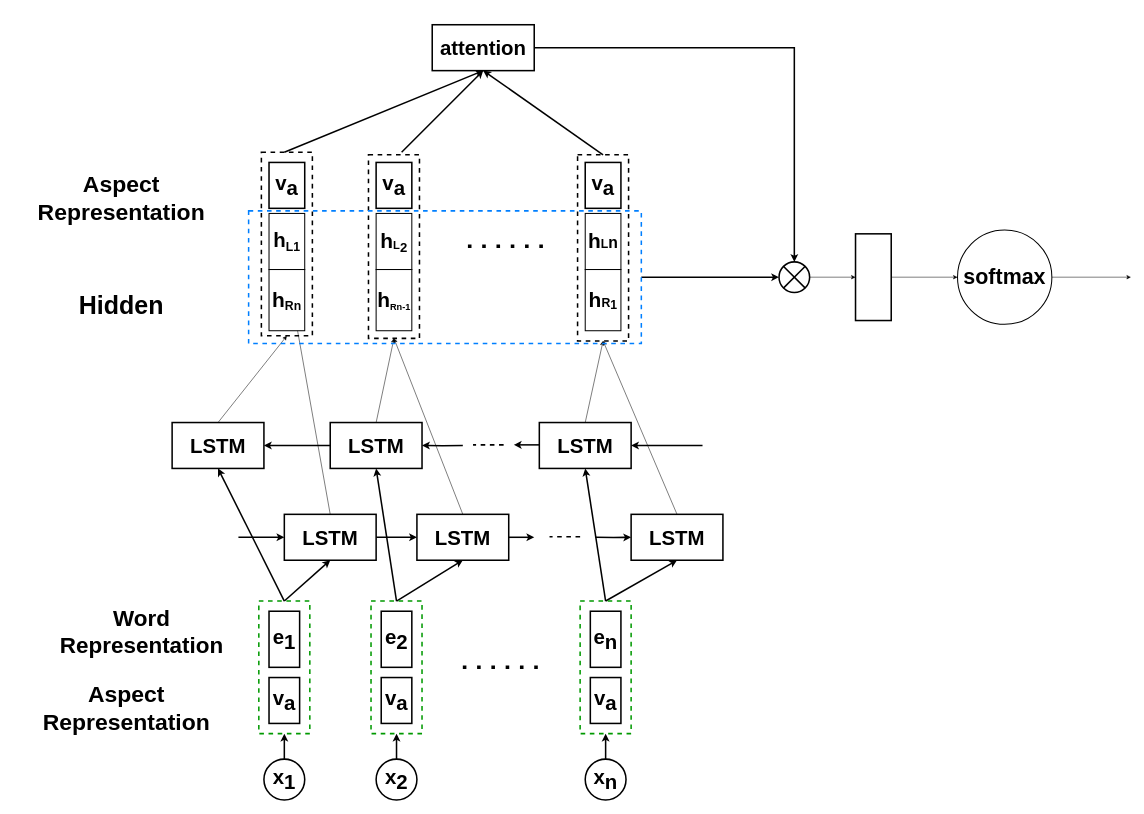
This is Untitled Diagram.drawio from LittleArden/PyTorch, a draw.io file, before an edit. Source tidied: cells renumbered, new cells numbered last; positions are measured from the earlier drawing's top-left corner, leaving out a move shared by most shapes. Both pictures are drawn from the tidied source at 51%, with x=0, y=0 at pixel (34, 24).
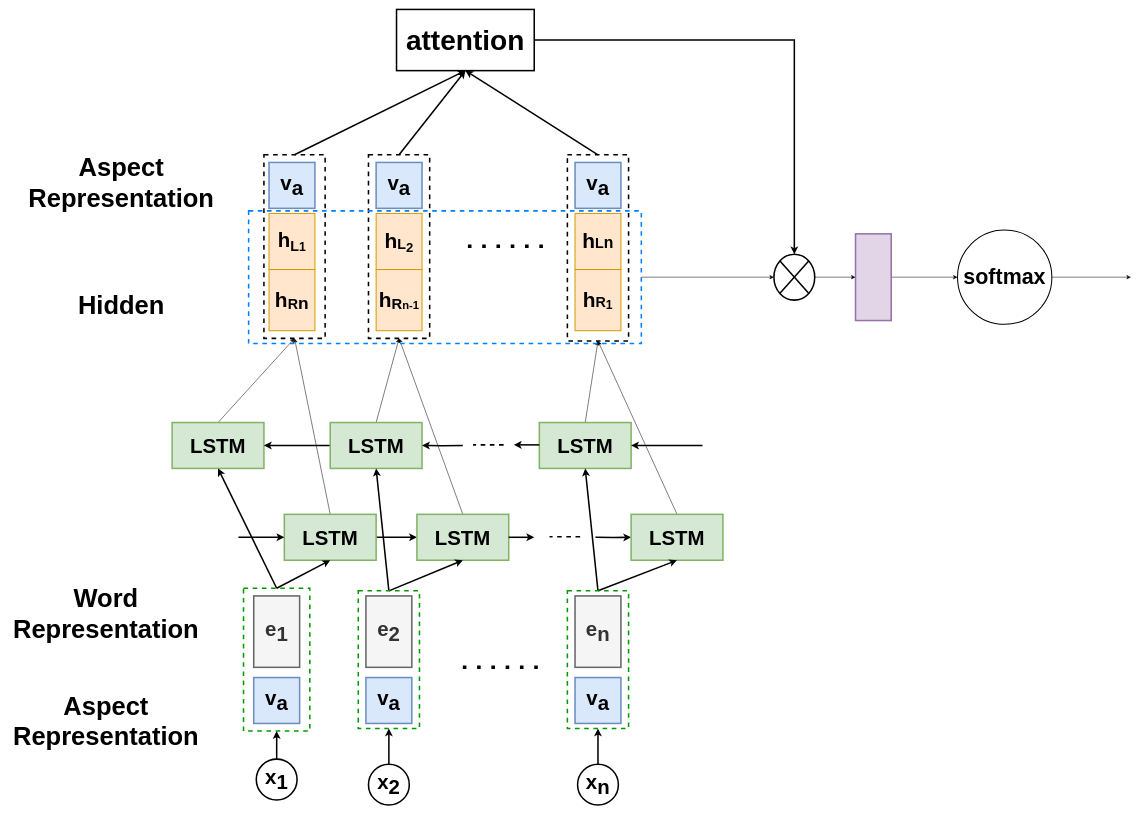
The same page after the edit.

The change refers to these unchanged cells:
```xml
<mxCell id="73" style="rounded=0;whiteSpace=wrap;html=1;dashed=1;fontSize=40;strokeWidth=3;fillColor=none;strokeColor=#007FFF;" parent="1" vertex="1">
  <mxGeometry x="420" y="365" width="770" height="260" as="geometry" />
</mxCell>
```

What changed in the source:
```diff
@@
     <mxCell id="3" value="x&lt;sub style=&quot;font-size: 40px;&quot;&gt;1&lt;/sub&gt;" style="ellipse;whiteSpace=wrap;html=1;fontSize=40;fontStyle=1;strokeWidth=3;" parent="1" vertex="1">
-      <mxGeometry x="450" y="1440" width="80" height="80" as="geometry" />
+      <mxGeometry x="435" y="1440" width="80" height="80" as="geometry" />
     </mxCell>
@@
     <mxCell id="5" value="x&lt;span style=&quot;font-size: 40px;&quot;&gt;&lt;sub style=&quot;font-size: 40px;&quot;&gt;2&lt;/sub&gt;&lt;/span&gt;" style="ellipse;whiteSpace=wrap;html=1;fontSize=40;fontStyle=1;strokeWidth=3;" parent="1" vertex="1">
-      <mxGeometry x="670" y="1440" width="80" height="80" as="geometry" />
+      <mxGeometry x="655" y="1450" width="80" height="80" as="geometry" />
     </mxCell>
@@
     <mxCell id="7" value="x&lt;span style=&quot;font-size: 40px;&quot;&gt;&lt;sub style=&quot;font-size: 40px;&quot;&gt;n&lt;/sub&gt;&lt;/span&gt;" style="ellipse;whiteSpace=wrap;html=1;fontSize=40;fontStyle=1;strokeWidth=3;" parent="1" vertex="1">
-      <mxGeometry x="1080" y="1440" width="80" height="80" as="geometry" />
+      <mxGeometry x="1065" y="1450" width="80" height="80" as="geometry" />
     </mxCell>
-    <mxCell id="8" value="v&lt;sub style=&quot;font-size: 40px;&quot;&gt;a&lt;/sub&gt;" style="rounded=0;whiteSpace=wrap;html=1;fontSize=40;rotation=0;fontStyle=1;strokeWidth=3;" parent="1" vertex="1">
-      <mxGeometry x="460" y="1280" width="60" height="90" as="geometry" />
+    <mxCell id="8" value="v&lt;sub style=&quot;font-size: 40px;&quot;&gt;a&lt;/sub&gt;" style="rounded=0;whiteSpace=wrap;html=1;fontSize=40;rotation=0;fontStyle=1;strokeWidth=3;fillColor=#dae8fc;strokeColor=#6c8ebf;" parent="1" vertex="1">
+      <mxGeometry x="430" y="1280" width="90" height="90" as="geometry" />
     </mxCell>
-    <mxCell id="9" value="v&lt;sub style=&quot;font-size: 40px;&quot;&gt;a&lt;/sub&gt;" style="rounded=0;whiteSpace=wrap;html=1;fontSize=40;rotation=0;fontStyle=1;strokeWidth=3;" parent="1" vertex="1">
-      <mxGeometry x="1090" y="1280" width="60" height="90" as="geometry" />
+    <mxCell id="9" value="v&lt;sub style=&quot;font-size: 40px;&quot;&gt;a&lt;/sub&gt;" style="rounded=0;whiteSpace=wrap;html=1;fontSize=40;rotation=0;fontStyle=1;strokeWidth=3;fillColor=#dae8fc;strokeColor=#6c8ebf;" parent="1" vertex="1">
+      <mxGeometry x="1060" y="1280" width="90" height="90" as="geometry" />
     </mxCell>
-    <mxCell id="10" value="v&lt;sub style=&quot;font-size: 40px;&quot;&gt;a&lt;/sub&gt;" style="rounded=0;whiteSpace=wrap;html=1;fontSize=40;rotation=0;fontStyle=1;strokeWidth=3;" parent="1" vertex="1">
-      <mxGeometry x="680" y="1280" width="60" height="90" as="geometry" />
+    <mxCell id="10" value="v&lt;sub style=&quot;font-size: 40px;&quot;&gt;a&lt;/sub&gt;" style="rounded=0;whiteSpace=wrap;html=1;fontSize=40;rotation=0;fontStyle=1;strokeWidth=3;fillColor=#dae8fc;strokeColor=#6c8ebf;" parent="1" vertex="1">
+      <mxGeometry x="650" y="1280" width="90" height="90" as="geometry" />
     </mxCell>
-    <mxCell id="11" value="e&lt;sub style=&quot;font-size: 40px;&quot;&gt;2&lt;/sub&gt;" style="rounded=0;whiteSpace=wrap;html=1;fontSize=40;fontStyle=1;strokeWidth=3;" parent="1" vertex="1">
-      <mxGeometry x="680" y="1150" width="60" height="110" as="geometry" />
+    <mxCell id="11" value="e&lt;sub style=&quot;font-size: 40px;&quot;&gt;2&lt;/sub&gt;" style="rounded=0;whiteSpace=wrap;html=1;fontSize=40;fontStyle=1;strokeWidth=3;fillColor=#f5f5f5;strokeColor=#666666;fontColor=#333333;" parent="1" vertex="1">
+      <mxGeometry x="650" y="1120" width="90" height="140" as="geometry" />
     </mxCell>
-    <mxCell id="12" value="e&lt;sub style=&quot;font-size: 40px;&quot;&gt;1&lt;/sub&gt;" style="rounded=0;whiteSpace=wrap;html=1;fontSize=40;fontStyle=1;strokeWidth=3;" parent="1" vertex="1">
-      <mxGeometry x="460" y="1150" width="60" height="110" as="geometry" />
+    <mxCell id="12" value="e&lt;sub style=&quot;font-size: 40px;&quot;&gt;1&lt;/sub&gt;" style="rounded=0;whiteSpace=wrap;html=1;fontSize=40;fontStyle=1;strokeWidth=3;fillColor=#f5f5f5;strokeColor=#666666;fontColor=#333333;" parent="1" vertex="1">
+      <mxGeometry x="430" y="1120" width="90" height="140" as="geometry" />
     </mxCell>
-    <mxCell id="13" value="e&lt;sub style=&quot;font-size: 40px;&quot;&gt;n&lt;/sub&gt;" style="rounded=0;whiteSpace=wrap;html=1;fontSize=40;fontStyle=1;strokeWidth=3;" parent="1" vertex="1">
-      <mxGeometry x="1090" y="1150" width="60" height="110" as="geometry" />
+    <mxCell id="13" value="e&lt;sub style=&quot;font-size: 40px;&quot;&gt;n&lt;/sub&gt;" style="rounded=0;whiteSpace=wrap;html=1;fontSize=40;fontStyle=1;strokeWidth=3;fillColor=#f5f5f5;strokeColor=#666666;fontColor=#333333;" parent="1" vertex="1">
+      <mxGeometry x="1060" y="1120" width="90" height="140" as="geometry" />
     </mxCell>
@@
-    <mxCell id="15" style="edgeStyle=none;rounded=0;jettySize=auto;html=1;exitX=0.5;exitY=0;exitDx=0;exitDy=0;" parent="1" edge="1" source="16">
-      <mxGeometry relative="1" as="geometry">
-        <mxPoint x="500" y="510" as="targetPoint" />
-      </mxGeometry>
+    <mxCell id="15" style="edgeStyle=none;rounded=0;jettySize=auto;html=1;exitX=0.5;exitY=0;exitDx=0;exitDy=0;entryX=0.5;entryY=1;entryDx=0;entryDy=0;" parent="1" edge="1" source="16" target="52">
+      <mxGeometry relative="1" as="geometry" />
     </mxCell>
-    <mxCell id="16" value="LSTM" style="rounded=0;whiteSpace=wrap;html=1;fontSize=40;fontStyle=1;strokeWidth=3;" parent="1" vertex="1">
+    <mxCell id="16" value="LSTM" style="rounded=0;whiteSpace=wrap;html=1;fontSize=40;fontStyle=1;strokeWidth=3;fillColor=#d5e8d4;strokeColor=#82b366;" parent="1" vertex="1">
       <mxGeometry x="490" y="960" width="180" height="90" as="geometry" />
     </mxCell>
@@
-    <mxCell id="19" value="LSTM" style="rounded=0;whiteSpace=wrap;html=1;fontSize=40;fontStyle=1;strokeWidth=3;" parent="1" vertex="1">
+    <mxCell id="19" value="LSTM" style="rounded=0;whiteSpace=wrap;html=1;fontSize=40;fontStyle=1;strokeWidth=3;fillColor=#d5e8d4;strokeColor=#82b366;" parent="1" vertex="1">
       <mxGeometry x="750" y="960" width="180" height="90" as="geometry" />
     </mxCell>
@@
-    <mxCell id="21" value="LSTM" style="rounded=0;whiteSpace=wrap;html=1;fontSize=40;fontStyle=1;strokeWidth=3;" parent="1" vertex="1">
+    <mxCell id="21" value="LSTM" style="rounded=0;whiteSpace=wrap;html=1;fontSize=40;fontStyle=1;strokeWidth=3;fillColor=#d5e8d4;strokeColor=#82b366;" parent="1" vertex="1">
       <mxGeometry x="1170" y="960" width="180" height="90" as="geometry" />
     </mxCell>
@@
-    <mxCell id="23" value="LSTM" style="rounded=0;whiteSpace=wrap;html=1;fontSize=40;fontStyle=1;strokeWidth=3;" parent="1" vertex="1">
+    <mxCell id="23" value="LSTM" style="rounded=0;whiteSpace=wrap;html=1;fontSize=40;fontStyle=1;strokeWidth=3;fillColor=#d5e8d4;strokeColor=#82b366;" parent="1" vertex="1">
       <mxGeometry x="270" y="780" width="180" height="90" as="geometry" />
     </mxCell>
@@
-    <mxCell id="26" value="LSTM" style="rounded=0;whiteSpace=wrap;html=1;fontSize=40;fontStyle=1;strokeWidth=3;" parent="1" vertex="1">
+    <mxCell id="26" value="LSTM" style="rounded=0;whiteSpace=wrap;html=1;fontSize=40;fontStyle=1;strokeWidth=3;fillColor=#d5e8d4;strokeColor=#82b366;" parent="1" vertex="1">
       <mxGeometry x="580" y="780" width="180" height="90" as="geometry" />
     </mxCell>
@@
-    <mxCell id="29" value="LSTM" style="rounded=0;whiteSpace=wrap;html=1;fontSize=40;fontStyle=1;strokeWidth=3;" parent="1" vertex="1">
+    <mxCell id="29" value="LSTM" style="rounded=0;whiteSpace=wrap;html=1;fontSize=40;fontStyle=1;strokeWidth=3;fillColor=#d5e8d4;strokeColor=#82b366;" parent="1" vertex="1">
       <mxGeometry x="990" y="780" width="180" height="90" as="geometry" />
     </mxCell>
-    <mxCell id="30" value="v&lt;sub style=&quot;font-size: 40px;&quot;&gt;a&lt;/sub&gt;" style="rounded=0;whiteSpace=wrap;html=1;fontSize=40;rotation=0;fontStyle=1;strokeWidth=3;" parent="1" vertex="1">
-      <mxGeometry x="460" y="270" width="70" height="90" as="geometry" />
+    <mxCell id="30" value="v&lt;sub style=&quot;font-size: 40px;&quot;&gt;a&lt;/sub&gt;" style="rounded=0;whiteSpace=wrap;html=1;fontSize=40;rotation=0;fontStyle=1;strokeWidth=3;fillColor=#dae8fc;strokeColor=#6c8ebf;" parent="1" vertex="1">
+      <mxGeometry x="460" y="270" width="90" height="90" as="geometry" />
     </mxCell>
-    <mxCell id="31" value="v&lt;sub style=&quot;font-size: 40px;&quot;&gt;a&lt;/sub&gt;" style="rounded=0;whiteSpace=wrap;html=1;fontSize=40;rotation=0;fontStyle=1;strokeWidth=3;" parent="1" vertex="1">
-      <mxGeometry x="1080" y="270" width="70" height="90" as="geometry" />
+    <mxCell id="31" value="v&lt;sub style=&quot;font-size: 40px;&quot;&gt;a&lt;/sub&gt;" style="rounded=0;whiteSpace=wrap;html=1;fontSize=40;rotation=0;fontStyle=1;strokeWidth=3;fillColor=#dae8fc;strokeColor=#6c8ebf;" parent="1" vertex="1">
+      <mxGeometry x="1060" y="270" width="90" height="90" as="geometry" />
     </mxCell>
-    <mxCell id="32" value="v&lt;sub style=&quot;font-size: 40px;&quot;&gt;a&lt;/sub&gt;" style="rounded=0;whiteSpace=wrap;html=1;fontSize=40;rotation=0;fontStyle=1;strokeWidth=3;" parent="1" vertex="1">
-      <mxGeometry x="670" y="270" width="70" height="90" as="geometry" />
+    <mxCell id="32" value="v&lt;sub style=&quot;font-size: 40px;&quot;&gt;a&lt;/sub&gt;" style="rounded=0;whiteSpace=wrap;html=1;fontSize=40;rotation=0;fontStyle=1;strokeWidth=3;fillColor=#dae8fc;strokeColor=#6c8ebf;" parent="1" vertex="1">
+      <mxGeometry x="670" y="270" width="90" height="90" as="geometry" />
     </mxCell>
-    <mxCell id="33" value="h&lt;sub&gt;&lt;font style=&quot;font-size: 24px&quot;&gt;L1&lt;/font&gt;&lt;/sub&gt;" style="rounded=0;whiteSpace=wrap;html=1;fontSize=40;fontStyle=1;strokeWidth=2;" parent="1" vertex="1">
-      <mxGeometry x="460" y="370" width="70" height="110" as="geometry" />
+    <mxCell id="33" value="h&lt;sub&gt;&lt;font style=&quot;font-size: 28px&quot;&gt;L&lt;/font&gt;&lt;font style=&quot;font-size: 24px&quot;&gt;1&lt;/font&gt;&lt;/sub&gt;" style="rounded=0;whiteSpace=wrap;html=1;fontSize=40;fontStyle=1;strokeWidth=2;fillColor=#ffe6cc;strokeColor=#d79b00;" parent="1" vertex="1">
+      <mxGeometry x="460" y="370" width="90" height="110" as="geometry" />
     </mxCell>
@@
-    <mxCell id="35" value="&lt;font style=&quot;font-size: 40px;&quot;&gt;attention&lt;/font&gt;" style="rounded=0;whiteSpace=wrap;html=1;fontSize=40;fontStyle=1;strokeWidth=3;" parent="1" vertex="1">
-      <mxGeometry x="780" width="200" height="90" as="geometry" />
+    <mxCell id="35" value="&lt;font style=&quot;font-size: 55px;&quot;&gt;attention&lt;/font&gt;" style="rounded=0;whiteSpace=wrap;html=1;fontSize=55;fontStyle=1;strokeWidth=3;" parent="1" vertex="1">
+      <mxGeometry x="710" y="-30" width="270" height="120" as="geometry" />
     </mxCell>
@@
-    <mxCell id="37" style="verticalLabelPosition=bottom;verticalAlign=top;html=1;shape=mxgraph.flowchart.or;fontSize=40;strokeWidth=3;" parent="1" vertex="1">
-      <mxGeometry x="1460" y="465" width="60" height="60" as="geometry" />
+    <mxCell id="37" style="verticalLabelPosition=bottom;verticalAlign=top;html=1;shape=mxgraph.flowchart.or;fontSize=47;strokeWidth=3;" parent="1" vertex="1">
+      <mxGeometry x="1450" y="450" width="80" height="90" as="geometry" />
     </mxCell>
@@
-    <mxCell id="39" style="rounded=0;whiteSpace=wrap;html=1;fontSize=40;strokeWidth=3;" parent="1" vertex="1">
+    <mxCell id="39" style="rounded=0;whiteSpace=wrap;html=1;fontSize=40;strokeWidth=3;fillColor=#e1d5e7;strokeColor=#9673a6;" parent="1" vertex="1">
       <mxGeometry x="1610" y="410" width="70" height="170" as="geometry" />
     </mxCell>
@@
     <mxCell id="42" style="rounded=0;whiteSpace=wrap;html=1;fontSize=40;textOpacity=0;fillColor=none;dashed=1;strokeWidth=3;strokeColor=#009900;" parent="1" vertex="1">
-      <mxGeometry x="440" y="1130" width="100" height="260" as="geometry" />
+      <mxGeometry x="410" y="1105" width="130" height="280" as="geometry" />
     </mxCell>
@@
     <mxCell id="45" style="rounded=0;whiteSpace=wrap;html=1;fontSize=40;textOpacity=0;fillColor=none;dashed=1;strokeWidth=3;strokeColor=#009900;" parent="1" vertex="1">
-      <mxGeometry x="660" y="1130" width="100" height="260" as="geometry" />
+      <mxGeometry x="635" y="1110" width="120" height="270" as="geometry" />
     </mxCell>
@@
     <mxCell id="48" style="rounded=0;whiteSpace=wrap;html=1;fontSize=40;textOpacity=0;fillColor=none;dashed=1;strokeWidth=3;strokeColor=#009900;" parent="1" vertex="1">
-      <mxGeometry x="1070" y="1130" width="100" height="260" as="geometry" />
+      <mxGeometry x="1045" y="1110" width="120" height="270" as="geometry" />
     </mxCell>
@@
-    <mxCell id="51" style="edgeStyle=none;rounded=0;jettySize=auto;html=1;exitX=0.5;exitY=0;exitDx=0;exitDy=0;entryX=0.5;entryY=1;entryDx=0;entryDy=0;fontSize=40;strokeWidth=3;" parent="1" edge="1" target="35">
-      <mxGeometry relative="1" as="geometry">
-        <mxPoint x="490" y="250" as="sourcePoint" />
-      </mxGeometry>
+    <mxCell id="51" style="edgeStyle=none;rounded=0;jettySize=auto;html=1;exitX=0.5;exitY=0;exitDx=0;exitDy=0;entryX=0.5;entryY=1;entryDx=0;entryDy=0;fontSize=40;strokeWidth=3;" parent="1" edge="1" source="52" target="35">
+      <mxGeometry relative="1" as="geometry" />
     </mxCell>
     <mxCell id="52" style="rounded=0;whiteSpace=wrap;html=1;dashed=1;fontSize=40;strokeWidth=3;fillColor=none;" parent="1" vertex="1">
-      <mxGeometry x="445" y="250" width="100" height="360" as="geometry" />
+      <mxGeometry x="450" y="255" width="120" height="360" as="geometry" />
     </mxCell>
-    <mxCell id="53" style="edgeStyle=none;rounded=0;orthogonalLoop=1;jettySize=auto;html=1;fontSize=40;strokeWidth=3;" parent="1" edge="1">
-      <mxGeometry relative="1" as="geometry">
-        <mxPoint x="720" y="250" as="sourcePoint" />
-        <mxPoint x="880" y="90" as="targetPoint" />
-      </mxGeometry>
+    <mxCell id="53" style="edgeStyle=none;rounded=0;jettySize=auto;html=1;fontSize=40;strokeWidth=3;exitX=0.5;exitY=0;exitDx=0;exitDy=0;entryX=0.5;entryY=1;entryDx=0;entryDy=0;" parent="1" edge="1" source="72" target="35">
+      <mxGeometry relative="1" as="geometry" />
     </mxCell>
-    <mxCell id="54" style="edgeStyle=none;rounded=0;jettySize=auto;html=1;fontSize=40;strokeWidth=3;exitX=0.5;exitY=0;exitDx=0;exitDy=0;" parent="1" edge="1" source="55">
-      <mxGeometry relative="1" as="geometry">
-        <mxPoint x="880" y="90" as="targetPoint" />
-      </mxGeometry>
+    <mxCell id="54" style="edgeStyle=none;rounded=0;jettySize=auto;html=1;fontSize=40;strokeWidth=3;exitX=0.5;exitY=0;exitDx=0;exitDy=0;entryX=0.5;entryY=1;entryDx=0;entryDy=0;" parent="1" edge="1" source="55" target="35">
+      <mxGeometry relative="1" as="geometry" />
     </mxCell>
     <mxCell id="55" style="rounded=0;whiteSpace=wrap;html=1;dashed=1;fontSize=40;strokeWidth=3;fillColor=none;" parent="1" vertex="1">
-      <mxGeometry x="1065" y="255" width="100" height="365" as="geometry" />
+      <mxGeometry x="1045" y="255" width="120" height="365" as="geometry" />
     </mxCell>
-    <mxCell id="56" style="edgeStyle=orthogonalEdgeStyle;rounded=0;jettySize=auto;html=1;exitX=1;exitY=0.5;exitDx=0;exitDy=0;entryX=0;entryY=0.5;entryDx=0;entryDy=0;entryPerimeter=0;fontSize=40;strokeWidth=3;" parent="1" edge="1" source="73" target="37">
-      <mxGeometry relative="1" as="geometry">
-        <Array as="points">
-          <mxPoint x="1460" y="495" />
-        </Array>
-      </mxGeometry>
-    </mxCell>
@@
-    <mxCell id="63" value="&lt;font style=&quot;font-size: 49px&quot;&gt;&lt;b&gt;Hidden&lt;/b&gt;&lt;/font&gt;" style="text;html=1;align=center;verticalAlign=middle;strokeColor=none;fontSize=40;" parent="1" vertex="1">
-      <mxGeometry x="80" y="520" width="180" height="60" as="geometry" />
+    <mxCell id="63" value="&lt;font style=&quot;font-size: 50px;&quot;&gt;&lt;b style=&quot;font-size: 50px;&quot;&gt;Hidden&lt;/b&gt;&lt;/font&gt;" style="text;html=1;align=center;verticalAlign=middle;strokeColor=none;fontSize=50;" parent="1" vertex="1">
+      <mxGeometry x="80" y="515" width="180" height="70" as="geometry" />
     </mxCell>
-    <mxCell id="64" value="&lt;font style=&quot;font-size: 45px&quot;&gt;&lt;b&gt;Aspect&lt;br&gt;Representation&lt;/b&gt;&lt;/font&gt;" style="text;html=1;align=center;verticalAlign=middle;strokeColor=none;fontSize=40;" parent="1" vertex="1">
-      <mxGeometry y="290" width="340" height="100" as="geometry" />
+    <mxCell id="64" value="&lt;font style=&quot;font-size: 50px;&quot;&gt;&lt;b style=&quot;font-size: 50px;&quot;&gt;Aspect&lt;br style=&quot;font-size: 50px;&quot;&gt;Representation&lt;/b&gt;&lt;/font&gt;" style="text;html=1;align=center;verticalAlign=middle;strokeColor=none;fontSize=50;" parent="1" vertex="1">
+      <mxGeometry x="-20" y="250" width="380" height="120" as="geometry" />
     </mxCell>
-    <mxCell id="65" value="&lt;b style=&quot;font-size: 45px&quot;&gt;Aspect&lt;br&gt;Representation&lt;/b&gt;" style="text;html=1;align=center;verticalAlign=middle;strokeColor=none;fontSize=40;" parent="1" vertex="1">
-      <mxGeometry x="10" y="1290" width="340" height="100" as="geometry" />
+    <mxCell id="65" value="&lt;b style=&quot;font-size: 50px&quot;&gt;Aspect&lt;br&gt;Representation&lt;/b&gt;" style="text;html=1;align=center;verticalAlign=middle;strokeColor=none;fontSize=40;" parent="1" vertex="1">
+      <mxGeometry x="-50" y="1310" width="380" height="110" as="geometry" />
     </mxCell>
-    <mxCell id="66" value="&lt;b style=&quot;font-size: 44px&quot;&gt;Word&lt;br&gt;Representation&lt;/b&gt;" style="text;html=1;align=center;verticalAlign=middle;strokeColor=none;fontSize=40;" parent="1" vertex="1">
-      <mxGeometry x="40" y="1140" width="340" height="100" as="geometry" />
+    <mxCell id="66" value="&lt;b style=&quot;font-size: 50px&quot;&gt;Word&lt;br&gt;Representation&lt;/b&gt;" style="text;html=1;align=center;verticalAlign=middle;strokeColor=none;fontSize=40;" parent="1" vertex="1">
+      <mxGeometry x="-50" y="1100" width="380" height="110" as="geometry" />
     </mxCell>
-    <mxCell id="67" value="&lt;font&gt;&lt;span style=&quot;font-size: 24px&quot;&gt;&lt;span style=&quot;font-size: 41px&quot;&gt;h&lt;/span&gt;&lt;sub&gt;&lt;font style=&quot;font-size: 24px&quot;&gt;R&lt;/font&gt;&lt;font style=&quot;font-size: 24px&quot;&gt;n&lt;/font&gt;&lt;/sub&gt;&lt;/span&gt;&lt;/font&gt;" style="rounded=0;whiteSpace=wrap;html=1;strokeWidth=2;fontStyle=1;" parent="1" vertex="1">
-      <mxGeometry x="460" y="480" width="70" height="120" as="geometry" />
+    <mxCell id="67" value="&lt;font&gt;&lt;span style=&quot;font-size: 41px&quot;&gt;h&lt;/span&gt;&lt;sub&gt;&lt;font style=&quot;font-size: 28px&quot;&gt;R&lt;/font&gt;&lt;font style=&quot;font-size: 34px&quot;&gt;n&lt;/font&gt;&lt;/sub&gt;&lt;/font&gt;" style="rounded=0;whiteSpace=wrap;html=1;strokeWidth=2;fontStyle=1;fillColor=#ffe6cc;strokeColor=#d79b00;" parent="1" vertex="1">
+      <mxGeometry x="460" y="480" width="90" height="120" as="geometry" />
     </mxCell>
-    <mxCell id="68" value="&lt;font&gt;&lt;span&gt;&lt;span style=&quot;font-size: 41px&quot;&gt;h&lt;/span&gt;&lt;sub&gt;&lt;font style=&quot;font-size: 22px&quot;&gt;L&lt;/font&gt;&lt;/sub&gt;&lt;span style=&quot;font-size: 30.8333px&quot;&gt;&lt;sub&gt;2&lt;/sub&gt;&lt;/span&gt;&lt;/span&gt;&lt;/font&gt;" style="rounded=0;whiteSpace=wrap;html=1;strokeWidth=2;fontStyle=1;" parent="1" vertex="1">
-      <mxGeometry x="670" y="370" width="70" height="110" as="geometry" />
+    <mxCell id="68" value="&lt;font&gt;&lt;span&gt;&lt;span style=&quot;font-size: 41px&quot;&gt;h&lt;/span&gt;&lt;sub&gt;&lt;font style=&quot;font-size: 28px&quot;&gt;L&lt;/font&gt;&lt;/sub&gt;&lt;span style=&quot;font-size: 30.8333px&quot;&gt;&lt;sub&gt;2&lt;/sub&gt;&lt;/span&gt;&lt;/span&gt;&lt;/font&gt;" style="rounded=0;whiteSpace=wrap;html=1;strokeWidth=2;fontStyle=1;fillColor=#ffe6cc;strokeColor=#d79b00;" parent="1" vertex="1">
+      <mxGeometry x="670" y="370" width="90" height="110" as="geometry" />
     </mxCell>
-    <mxCell id="69" value="&lt;font&gt;&lt;span&gt;&lt;span style=&quot;font-size: 41px&quot;&gt;h&lt;/span&gt;&lt;font style=&quot;font-size: 24px&quot;&gt;L&lt;/font&gt;&lt;span style=&quot;font-size: 30.8333px&quot;&gt;n&lt;/span&gt;&lt;/span&gt;&lt;/font&gt;" style="rounded=0;whiteSpace=wrap;html=1;strokeWidth=2;fontStyle=1;" parent="1" vertex="1">
-      <mxGeometry x="1080" y="370" width="70" height="110" as="geometry" />
+    <mxCell id="69" value="&lt;font&gt;&lt;span&gt;&lt;span style=&quot;font-size: 41px&quot;&gt;h&lt;/span&gt;&lt;font style=&quot;font-size: 28px&quot;&gt;L&lt;/font&gt;&lt;span style=&quot;font-size: 30.8333px&quot;&gt;n&lt;/span&gt;&lt;/span&gt;&lt;/font&gt;" style="rounded=0;whiteSpace=wrap;html=1;strokeWidth=2;fontStyle=1;fillColor=#ffe6cc;strokeColor=#d79b00;" parent="1" vertex="1">
+      <mxGeometry x="1060" y="370" width="90" height="110" as="geometry" />
     </mxCell>
-    <mxCell id="70" value="&lt;font&gt;&lt;span&gt;&lt;span style=&quot;font-size: 41px&quot;&gt;h&lt;/span&gt;&lt;font style=&quot;font-size: 24px&quot;&gt;R&lt;/font&gt;&lt;sub&gt;&lt;font style=&quot;font-size: 24px&quot;&gt;1&lt;/font&gt;&lt;/sub&gt;&lt;/span&gt;&lt;/font&gt;" style="rounded=0;whiteSpace=wrap;html=1;strokeWidth=2;fontStyle=1;" parent="1" vertex="1">
-      <mxGeometry x="1080" y="480" width="70" height="120" as="geometry" />
+    <mxCell id="70" value="&lt;font&gt;&lt;span&gt;&lt;span style=&quot;font-size: 41px&quot;&gt;h&lt;/span&gt;&lt;font style=&quot;font-size: 28px&quot;&gt;R&lt;/font&gt;&lt;sub&gt;&lt;font style=&quot;font-size: 24px&quot;&gt;1&lt;/font&gt;&lt;/sub&gt;&lt;/span&gt;&lt;/font&gt;" style="rounded=0;whiteSpace=wrap;html=1;strokeWidth=2;fontStyle=1;fillColor=#ffe6cc;strokeColor=#d79b00;" parent="1" vertex="1">
+      <mxGeometry x="1060" y="480" width="90" height="120" as="geometry" />
     </mxCell>
-    <mxCell id="71" value="&lt;font&gt;&lt;span style=&quot;font-size: 18px&quot;&gt;&lt;span style=&quot;font-size: 41px&quot;&gt;h&lt;/span&gt;&lt;sub&gt;&lt;font style=&quot;font-size: 18px&quot;&gt;R&lt;/font&gt;&lt;font style=&quot;font-size: 18px&quot;&gt;n-1&lt;/font&gt;&lt;/sub&gt;&lt;/span&gt;&lt;/font&gt;" style="rounded=0;whiteSpace=wrap;html=1;strokeWidth=2;fontStyle=1;" parent="1" vertex="1">
-      <mxGeometry x="670" y="480" width="70" height="120" as="geometry" />
+    <mxCell id="71" value="&lt;font&gt;&lt;span style=&quot;font-size: 41px&quot;&gt;h&lt;/span&gt;&lt;sub&gt;&lt;font style=&quot;font-size: 29px&quot;&gt;R&lt;/font&gt;&lt;font style=&quot;font-size: 22px&quot;&gt;n-1&lt;/font&gt;&lt;/sub&gt;&lt;/font&gt;" style="rounded=0;whiteSpace=wrap;html=1;strokeWidth=2;fontStyle=1;fillColor=#ffe6cc;strokeColor=#d79b00;" parent="1" vertex="1">
+      <mxGeometry x="670" y="480" width="90" height="120" as="geometry" />
     </mxCell>
     <mxCell id="72" style="rounded=0;whiteSpace=wrap;html=1;dashed=1;fontSize=40;strokeWidth=3;fillColor=none;" parent="1" vertex="1">
-      <mxGeometry x="655" y="255" width="100" height="360" as="geometry" />
+      <mxGeometry x="655" y="255" width="120" height="360" as="geometry" />
     </mxCell>
+    <mxCell id="56" style="edgeStyle=orthogonalEdgeStyle;rounded=0;jettySize=auto;html=1;exitX=1;exitY=0.5;exitDx=0;exitDy=0;entryX=0;entryY=0.5;entryDx=0;entryDy=0;entryPerimeter=0;fontSize=47;" parent="1" edge="1" source="73" target="37">
+      <mxGeometry relative="1" as="geometry" />
+    </mxCell>
```
